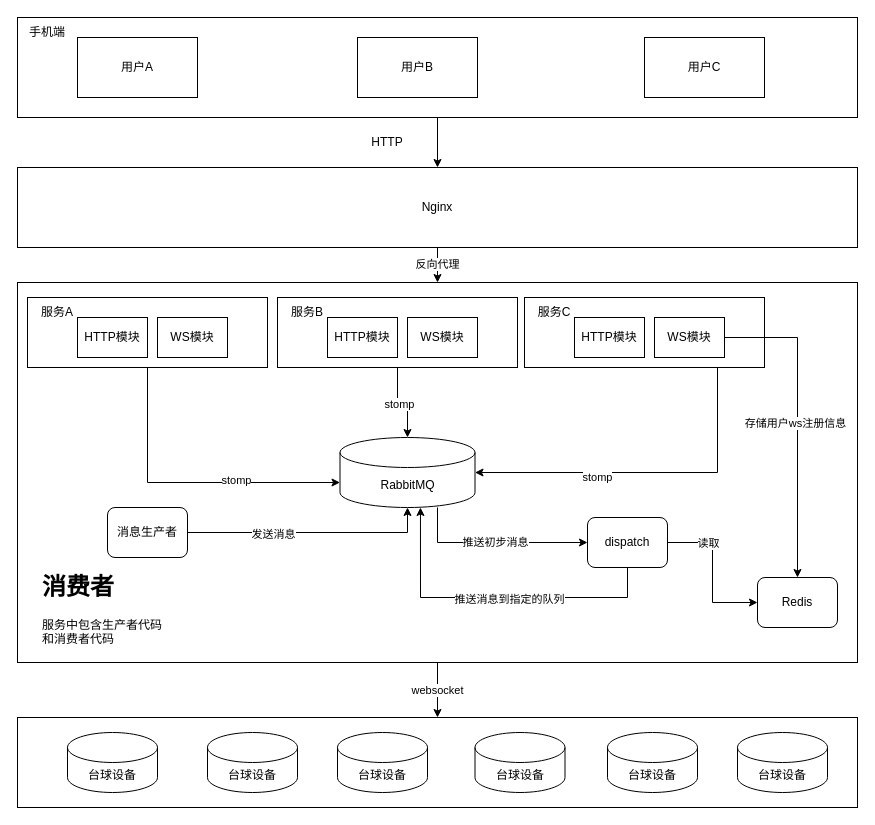
The draw.io diagram Untitled Diagram.drawio in remember-5/draw-file, before the edit. Source tidied: cells renumbered, new cells numbered last; positions are measured from the earlier drawing's top-left corner, leaving out a move shared by most shapes. Both pictures are drawn from the tidied source at 100%, with x=0, y=0 at pixel (17, 17).
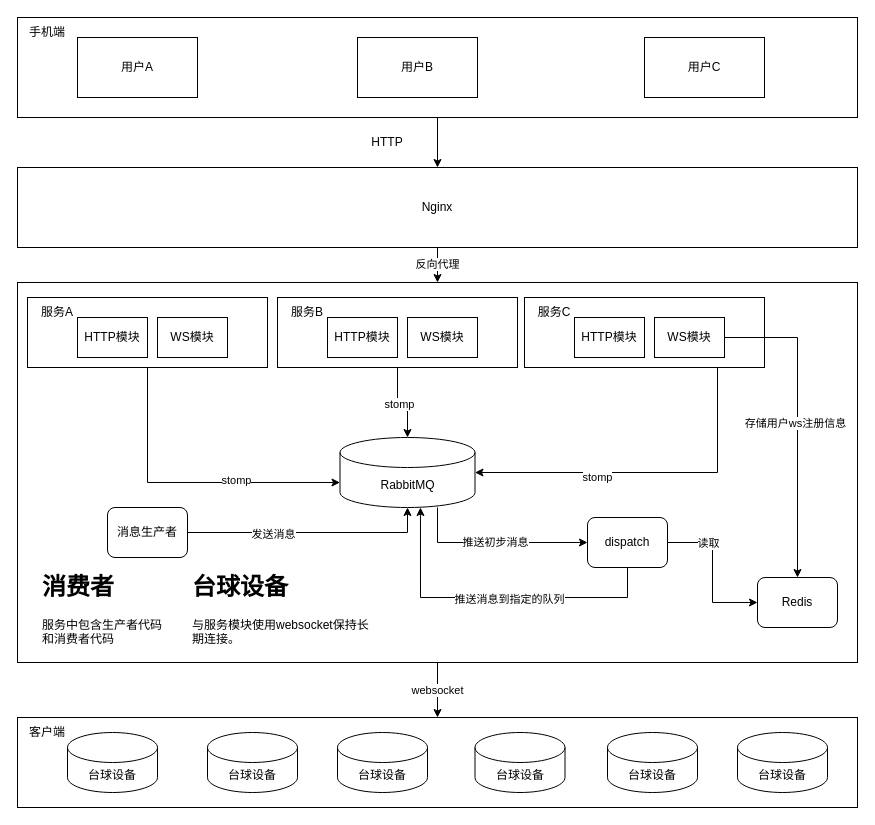
Above is the later version.

Diff of the diagram source:
```diff
@@
+    <mxCell id="56" value="客户端" style="text;html=1;strokeColor=none;fillColor=none;align=center;verticalAlign=middle;whiteSpace=wrap;rounded=0;" parent="1" vertex="1">
+      <mxGeometry y="700" width="60" height="30" as="geometry" />
+    </mxCell>
+    <mxCell id="57" value="&lt;h1&gt;台球设备&lt;/h1&gt;&lt;p&gt;与服务模块使用websocket保持长期连接。&lt;/p&gt;" style="text;html=1;strokeColor=none;fillColor=none;spacing=5;spacingTop=-20;whiteSpace=wrap;overflow=hidden;rounded=0;" parent="1" vertex="1">
+      <mxGeometry x="170" y="550" width="190" height="120" as="geometry" />
+    </mxCell>
```
